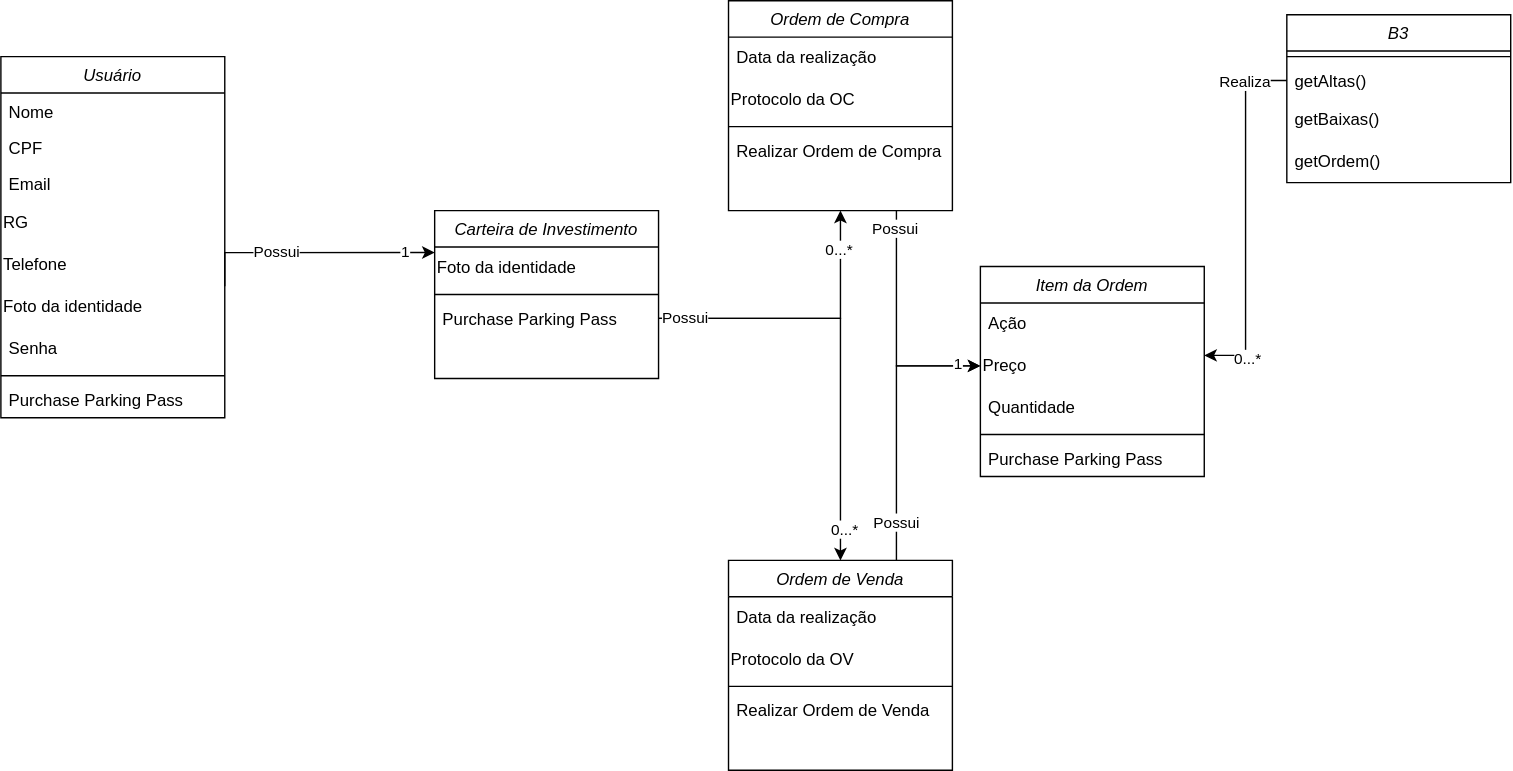
Before: Diagrama de classe.drawio.svg, a diagram exported from draw.io (JesCat16/Projeto01_Modelagem_De_Software). Source tidied: cells renumbered, new cells last; positions are measured from the earlier drawing's top-left corner, leaving out a move shared by most shapes.
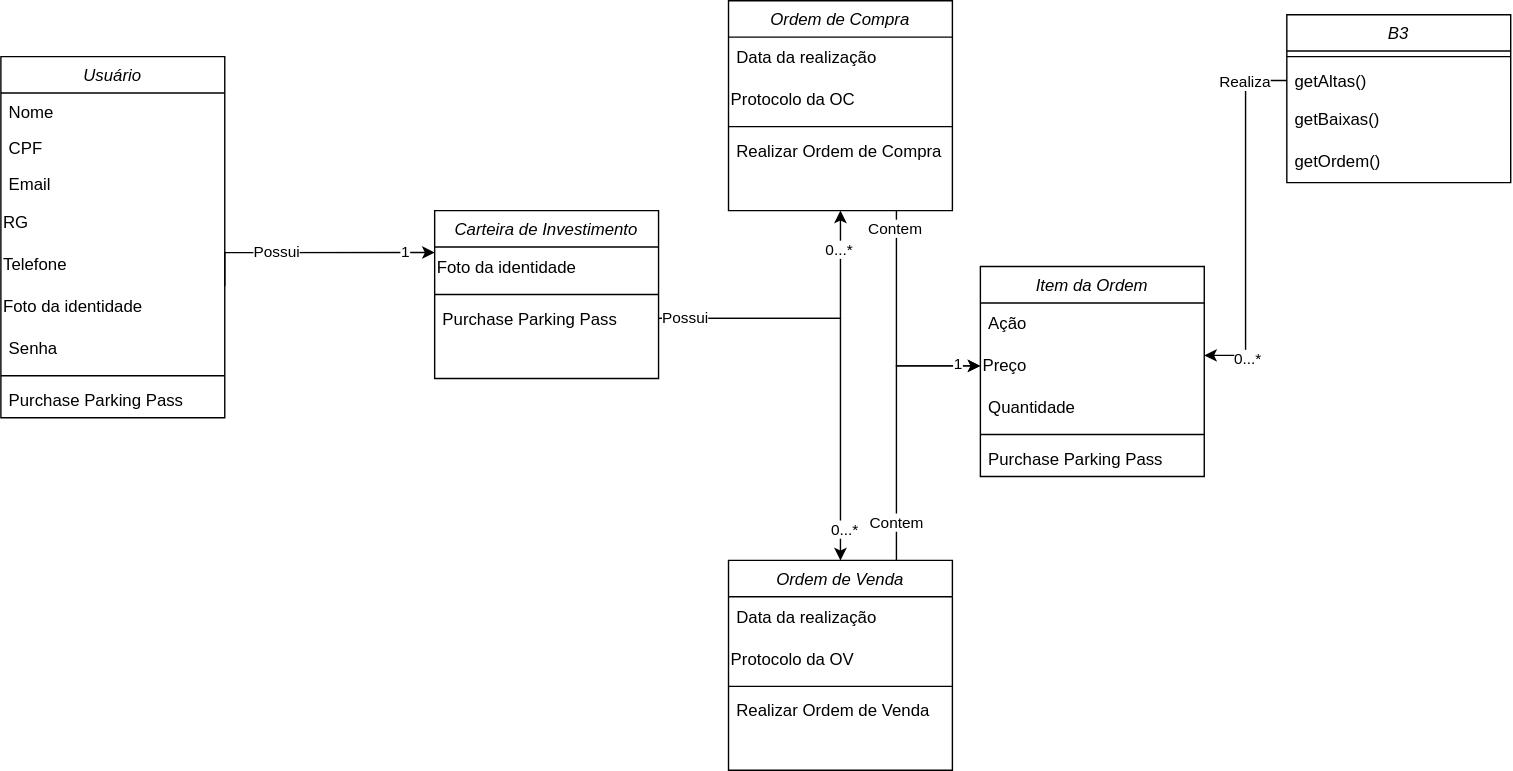
After the commit.

Diff of the diagram source:
```diff
@@ -47,7 +47,7 @@
     <mxCell id="16" style="edgeStyle=orthogonalEdgeStyle;rounded=0;jettySize=auto;html=1;exitX=0.75;exitY=1;exitDx=0;exitDy=0;entryX=0;entryY=0.5;entryDx=0;entryDy=0;" parent="1" edge="1" source="18" target="25">
       <mxGeometry relative="1" as="geometry" />
     </mxCell>
-    <mxCell id="17" value="Possui" style="edgeLabel;html=1;align=center;verticalAlign=middle;" parent="16" vertex="1">
+    <mxCell id="17" value="Contem" style="edgeLabel;html=1;align=center;verticalAlign=middle;" parent="16" vertex="1">
       <mxGeometry x="-0.86" y="-1" relative="1" as="geometry" />
     </mxCell>
     <mxCell id="18" value="Ordem de Compra" style="swimlane;fontStyle=2;align=center;verticalAlign=top;horizontal=1;startSize=26;rounded=0;shadow=0;strokeWidth=1;" parent="1" vertex="1">
@@ -89,7 +89,7 @@
     <mxCell id="30" value="1" style="edgeLabel;html=1;align=center;verticalAlign=middle;" parent="29" vertex="1">
       <mxGeometry x="0.84" y="1" relative="1" as="geometry" />
     </mxCell>
-    <mxCell id="31" value="Possui" style="edgeLabel;html=1;align=center;verticalAlign=middle;" parent="29" vertex="1">
+    <mxCell id="31" value="Contem" style="edgeLabel;html=1;align=center;verticalAlign=middle;" parent="29" vertex="1">
       <mxGeometry x="-0.72" relative="1" as="geometry" />
     </mxCell>
     <mxCell id="32" value="Ordem de Venda" style="swimlane;fontStyle=2;align=center;verticalAlign=top;horizontal=1;startSize=26;rounded=0;shadow=0;strokeWidth=1;" parent="1" vertex="1">
```
